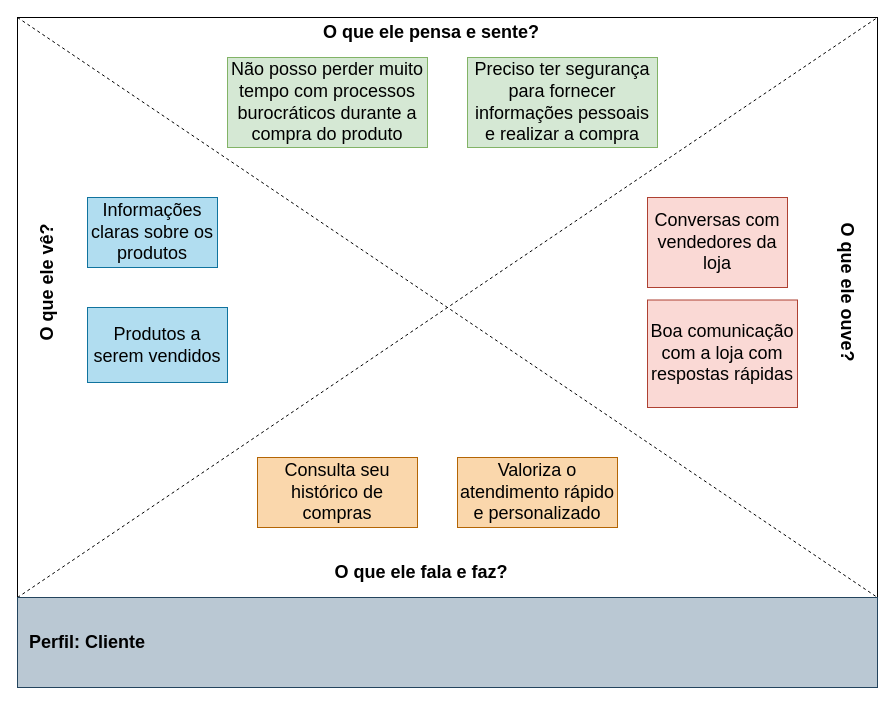
Before: page "Dono do negócio" (4 of 4) of projeto/documentacao/Mapa de empatia.drawio in adjamirgalvao/pucminas, a draw.io diagram. Source tidied: cells renumbered, new cells numbered last; positions are measured from the earlier drawing's top-left corner, leaving out a move shared by most shapes. Both pictures are drawn from the tidied source at 100%, with x=0, y=0 at pixel (-33, 17).
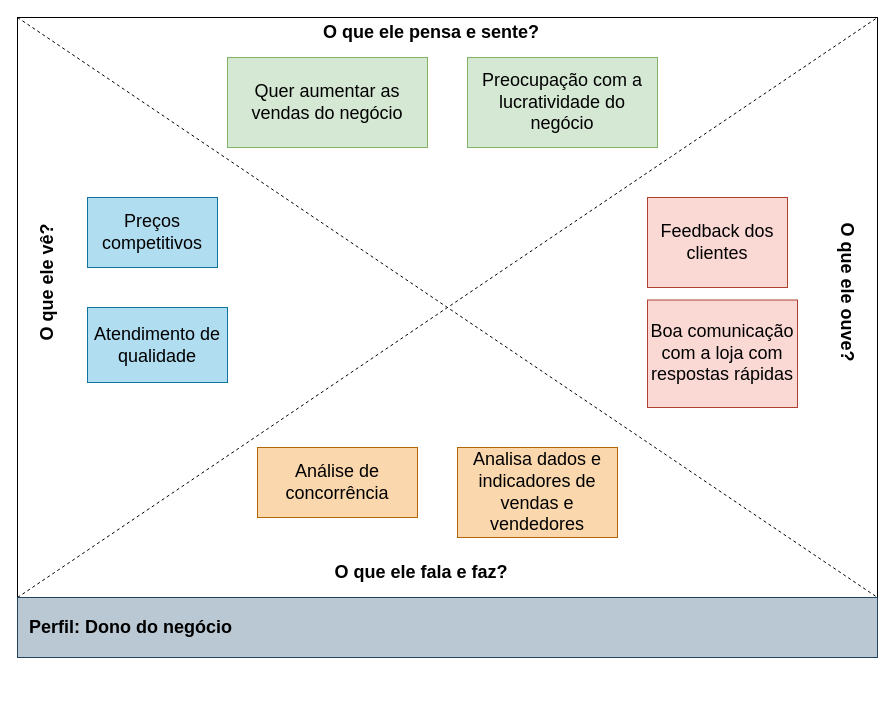
The same page after the edit.

Change to the diagram source:
```diff
@@
 <mxGraphModel>
   <root>
     <mxCell id="0" />
     <mxCell id="1" parent="0" />
     <mxCell id="2" style="rounded=0;whiteSpace=wrap;html=1;fillColor=none;" parent="1" vertex="1">
       <mxGeometry x="50" width="860" height="580" as="geometry" />
     </mxCell>
     <mxCell id="3" style="endArrow=none;dashed=1;html=1;rounded=0;exitX=0;exitY=1;exitDx=0;exitDy=0;entryX=1;entryY=0;entryDx=0;entryDy=0;" parent="1" edge="1" source="2" target="2">
       <mxGeometry relative="1" as="geometry" />
     </mxCell>
     <mxCell id="4" style="endArrow=none;dashed=1;html=1;rounded=0;entryX=1;entryY=1;entryDx=0;entryDy=0;exitX=0;exitY=0;exitDx=0;exitDy=0;" parent="1" edge="1" source="2" target="2">
       <mxGeometry relative="1" as="geometry" />
     </mxCell>
     <mxCell id="5" value="&lt;font style=&quot;font-size: 18px;&quot;&gt;&lt;b&gt;O que ele pensa e sente?&lt;/b&gt;&lt;/font&gt;" style="text;html=1;strokeColor=none;fillColor=none;align=center;verticalAlign=middle;whiteSpace=wrap;rounded=0;" parent="1" vertex="1">
       <mxGeometry x="354" width="220" height="30" as="geometry" />
     </mxCell>
     <mxCell id="6" value="&lt;font style=&quot;font-size: 18px;&quot;&gt;&lt;b&gt;O que ele ouve?&lt;/b&gt;&lt;/font&gt;" style="text;html=1;strokeColor=none;fillColor=none;align=center;verticalAlign=middle;whiteSpace=wrap;rounded=0;rotation=90;" parent="1" vertex="1">
       <mxGeometry x="800" y="260" width="160" height="30" as="geometry" />
     </mxCell>
     <mxCell id="7" value="&lt;font style=&quot;font-size: 18px;&quot;&gt;&lt;b&gt;O que ele vê?&lt;/b&gt;&lt;/font&gt;" style="text;html=1;strokeColor=none;fillColor=none;align=center;verticalAlign=middle;whiteSpace=wrap;rounded=0;rotation=270;" parent="1" vertex="1">
       <mxGeometry y="250" width="160" height="30" as="geometry" />
     </mxCell>
     <mxCell id="8" value="&lt;font style=&quot;font-size: 18px;&quot;&gt;&lt;b&gt;O que ele fala e faz?&lt;/b&gt;&lt;/font&gt;" style="text;html=1;strokeColor=none;fillColor=none;align=center;verticalAlign=middle;whiteSpace=wrap;rounded=0;" parent="1" vertex="1">
       <mxGeometry x="344" y="540" width="220" height="30" as="geometry" />
     </mxCell>
-    <mxCell id="9" value="Informações claras sobre os produtos" style="rounded=0;whiteSpace=wrap;html=1;fontSize=18;fillColor=#b1ddf0;strokeColor=#10739e;" parent="1" vertex="1">
+    <mxCell id="9" value="Preços competitivos" style="rounded=0;whiteSpace=wrap;html=1;fontSize=18;fillColor=#b1ddf0;strokeColor=#10739e;" parent="1" vertex="1">
       <mxGeometry x="120" y="180" width="130" height="70" as="geometry" />
     </mxCell>
-    <mxCell id="10" value="Produtos a serem vendidos" style="rounded=0;whiteSpace=wrap;html=1;fontSize=18;fillColor=#b1ddf0;strokeColor=#10739e;" parent="1" vertex="1">
+    <mxCell id="10" value="Atendimento de qualidade" style="rounded=0;whiteSpace=wrap;html=1;fontSize=18;fillColor=#b1ddf0;strokeColor=#10739e;" parent="1" vertex="1">
       <mxGeometry x="120" y="290" width="140" height="75" as="geometry" />
     </mxCell>
-    <mxCell id="11" value="Conversas com vendedores da loja" style="rounded=0;whiteSpace=wrap;html=1;fontSize=18;fillColor=#fad9d5;strokeColor=#ae4132;" parent="1" vertex="1">
+    <mxCell id="11" value="Feedback dos clientes" style="rounded=0;whiteSpace=wrap;html=1;fontSize=18;fillColor=#fad9d5;strokeColor=#ae4132;" parent="1" vertex="1">
       <mxGeometry x="680" y="180" width="140" height="90" as="geometry" />
     </mxCell>
-    <mxCell id="12" value="Consulta seu histórico de compras" style="rounded=0;whiteSpace=wrap;html=1;fontSize=18;fillColor=#fad7ac;strokeColor=#b46504;" parent="1" vertex="1">
-      <mxGeometry x="290" y="440" width="160" height="70" as="geometry" />
+    <mxCell id="12" value="Análise de concorrência" style="rounded=0;whiteSpace=wrap;html=1;fontSize=18;fillColor=#fad7ac;strokeColor=#b46504;" parent="1" vertex="1">
+      <mxGeometry x="290" y="430" width="160" height="70" as="geometry" />
     </mxCell>
-    <mxCell id="13" value="Não posso perder muito tempo com processos burocráticos durante a compra do produto" style="rounded=0;whiteSpace=wrap;html=1;fontSize=18;fillColor=#d5e8d4;strokeColor=#82b366;" parent="1" vertex="1">
+    <mxCell id="13" value="Quer aumentar as vendas do negócio" style="rounded=0;whiteSpace=wrap;html=1;fontSize=18;fillColor=#d5e8d4;strokeColor=#82b366;" parent="1" vertex="1">
       <mxGeometry x="260" y="40" width="200" height="90" as="geometry" />
     </mxCell>
-    <mxCell id="14" value="Preciso ter segurança para fornecer informações pessoais e realizar a compra" style="rounded=0;whiteSpace=wrap;html=1;fontSize=18;fillColor=#d5e8d4;strokeColor=#82b366;" parent="1" vertex="1">
+    <mxCell id="14" value="Preocupação com a lucratividade do negócio" style="rounded=0;whiteSpace=wrap;html=1;fontSize=18;fillColor=#d5e8d4;strokeColor=#82b366;" parent="1" vertex="1">
       <mxGeometry x="500" y="40" width="190" height="90" as="geometry" />
     </mxCell>
-    <mxCell id="15" value="&lt;b&gt;&amp;nbsp; Perfil: Cliente&lt;/b&gt;" style="rounded=0;whiteSpace=wrap;html=1;fontSize=18;fillColor=#bac8d3;strokeColor=#23445d;align=left;" parent="1" vertex="1">
-      <mxGeometry x="50" y="580" width="860" height="90" as="geometry" />
+    <mxCell id="15" value="&lt;b&gt;&amp;nbsp; Perfil: Dono do negócio&lt;/b&gt;" style="rounded=0;whiteSpace=wrap;html=1;fontSize=18;fillColor=#bac8d3;strokeColor=#23445d;align=left;" parent="1" vertex="1">
+      <mxGeometry x="50" y="580" width="860" height="60" as="geometry" />
     </mxCell>
-    <mxCell id="16" value="Valoriza o atendimento rápido e personalizado" style="rounded=0;whiteSpace=wrap;html=1;fontSize=18;fillColor=#fad7ac;strokeColor=#b46504;" parent="1" vertex="1">
-      <mxGeometry x="490" y="440" width="160" height="70" as="geometry" />
+    <mxCell id="16" value="Analisa dados e indicadores de vendas e vendedores" style="rounded=0;whiteSpace=wrap;html=1;fontSize=18;fillColor=#fad7ac;strokeColor=#b46504;" parent="1" vertex="1">
+      <mxGeometry x="490" y="430" width="160" height="90" as="geometry" />
     </mxCell>
     <mxCell id="17" value="Boa comunicação com a loja com respostas rápidas" style="rounded=0;whiteSpace=wrap;html=1;fontSize=18;fillColor=#fad9d5;strokeColor=#ae4132;" parent="1" vertex="1">
       <mxGeometry x="680" y="282.5" width="150" height="107.5" as="geometry" />
     </mxCell>
   </root>
 </mxGraphModel>
```
